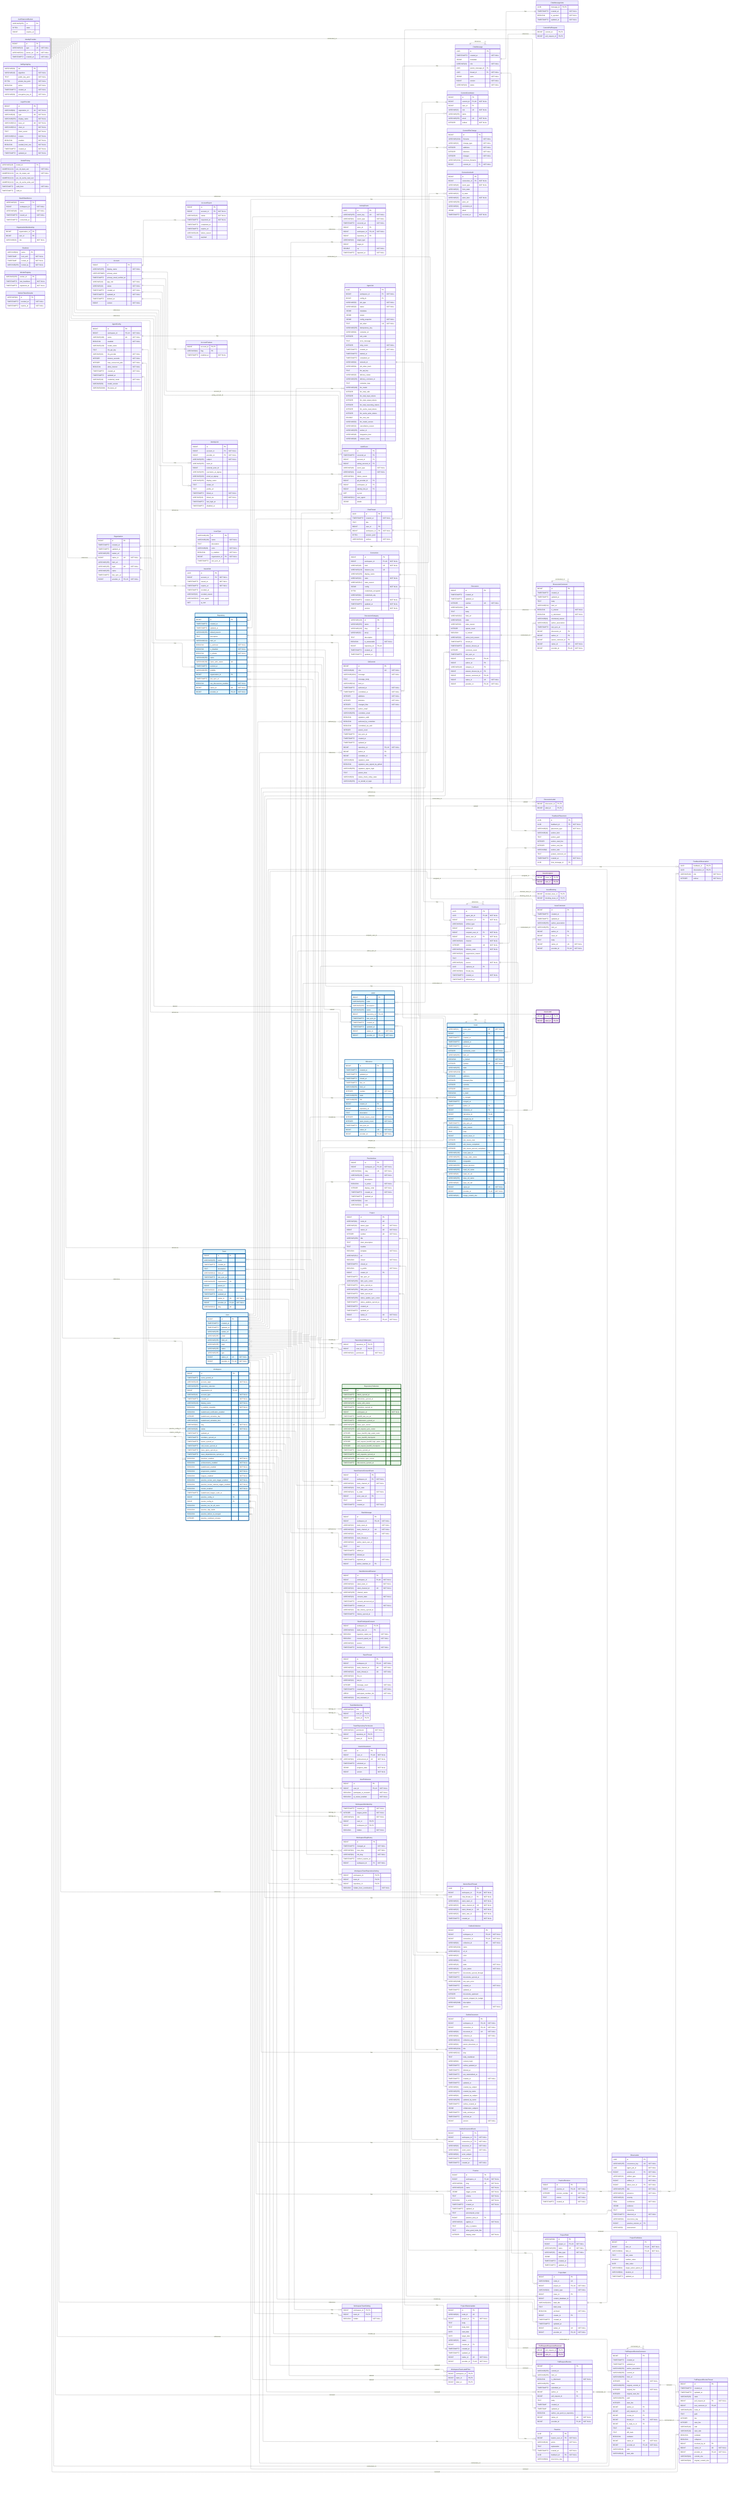
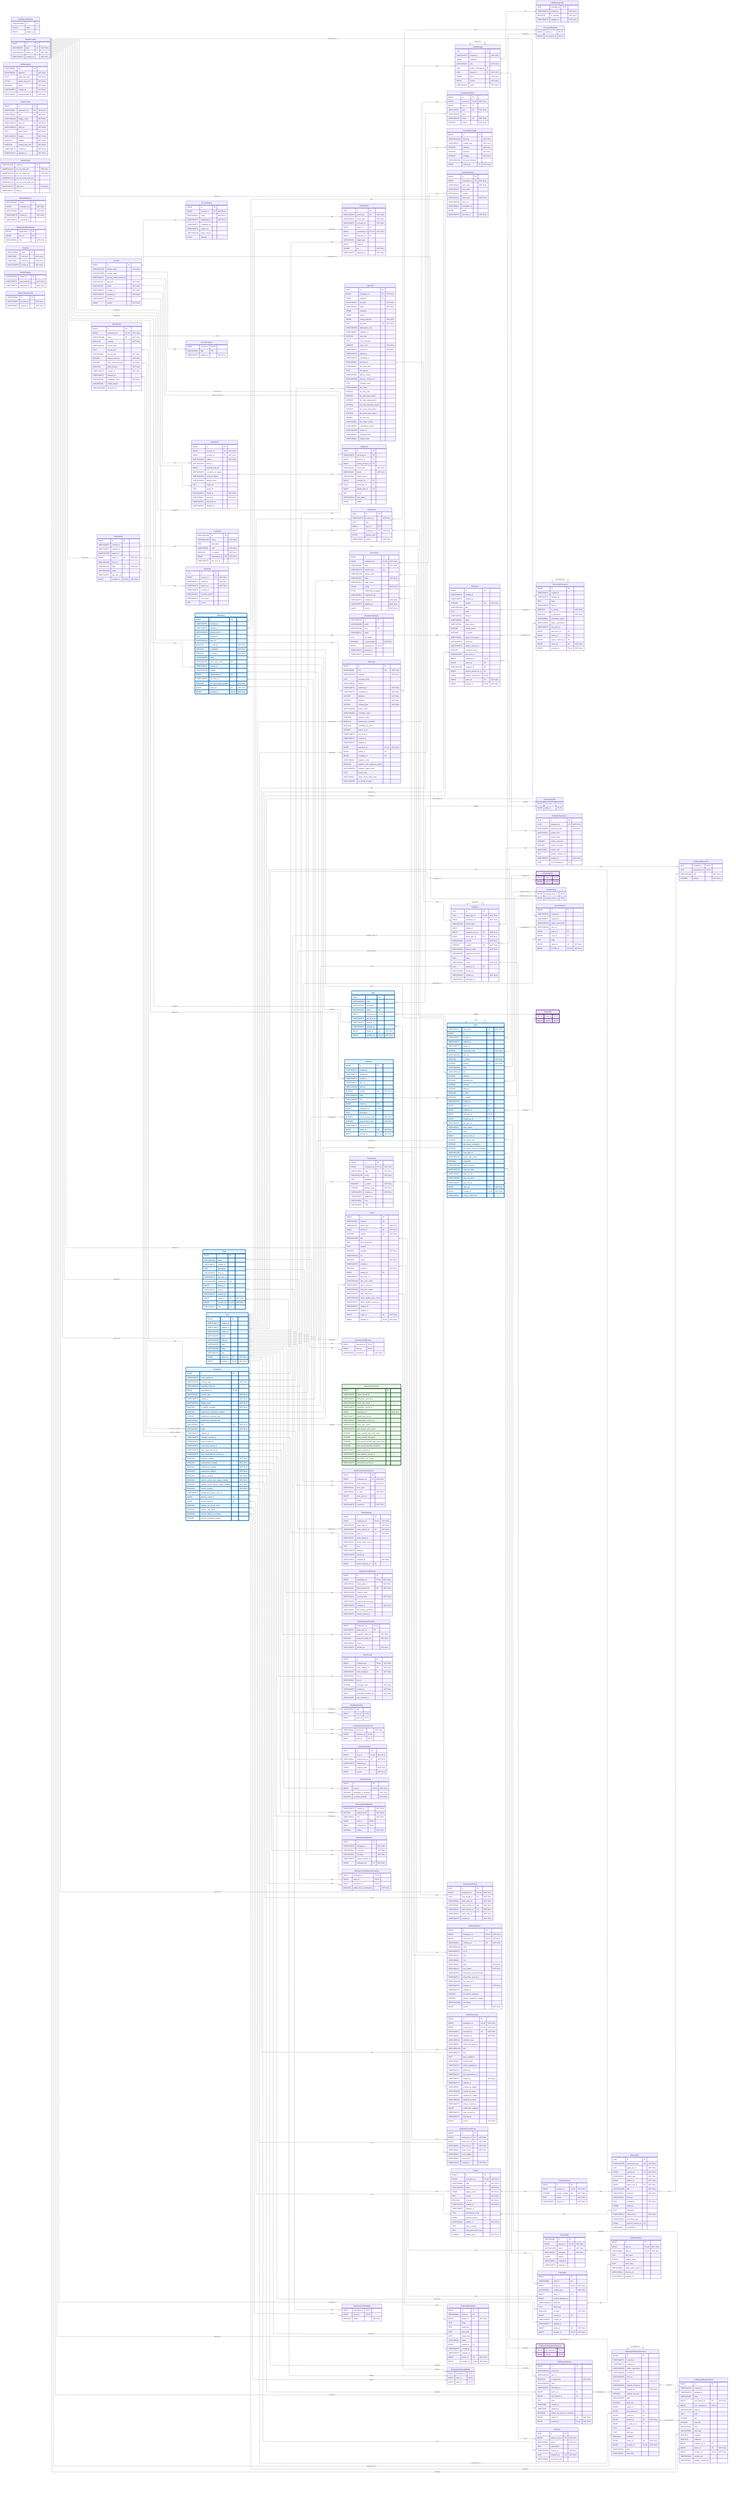
---
config:
    layout: elk
---
erDiagram
    %% Generated automatically from PostgreSQL database schema
    %% using scripts/generate-mermaid-erd.ts
    %% To regenerate: pnpm run db:generate-erd-docs

    direction LR

    Account {
        BIGINT id PK
        VARCHAR(255) display_name "NOT NULL"
        USER-DEFINED primary_email
        TIMESTAMPTZ primary_email_verified_at
        VARCHAR(16) app_role "NOT NULL"
        VARCHAR(16) status "NOT NULL"
        TIMESTAMPTZ created_at "NOT NULL"
        TIMESTAMPTZ updated_at "NOT NULL"
        TIMESTAMPTZ deleted_at
        BIGINT version "NOT NULL"
    }

    AccountExport {
        BIGINT id PK
        BIGINT account_id FK "NOT NULL"
        VARCHAR(16) status "NOT NULL"
        TIMESTAMPTZ requested_at "NOT NULL"
        TIMESTAMPTZ completed_at
        TIMESTAMPTZ expires_at
        VARCHAR(128) failure_reason
        BYTEA payload
    }

    AccountFeature {
        BIGINT account_id PK,FK
        VARCHAR(64) flag PK
        TIMESTAMPTZ enabled_at "NOT NULL"
    }

    ActivityEvent {
        UUID id PK
        VARCHAR(255) event_key UK "NOT NULL"
        VARCHAR(64) event_type "NOT NULL"
        TIMESTAMPTZ occurred_at "NOT NULL"
        BIGINT actor_id FK
        BIGINT workspace_id FK,UK "NOT NULL"
        BIGINT repository_id FK
        VARCHAR(32) target_type
        BIGINT target_id
        DOUBLE xp "NOT NULL"
        TIMESTAMPTZ ingested_at "NOT NULL"
    }

    AgentConfig {
        BIGINT id PK
        BIGINT workspace_id FK,UK "NOT NULL"
        VARCHAR(100) name UK "NOT NULL"
        BOOLEAN enabled "NOT NULL"
        VARCHAR(128) model_name
        TEXT llm_api_key
        VARCHAR(32) llm_provider "NOT NULL"
        INTEGER timeout_seconds "NOT NULL"
        INTEGER max_concurrent_jobs "NOT NULL"
        BOOLEAN allow_internet "NOT NULL"
        TIMESTAMPTZ created_at "NOT NULL"
        TIMESTAMPTZ updated_at
        VARCHAR(16) credential_mode "NOT NULL"
        VARCHAR(50) model_version
        VARCHAR(2048) llm_base_url
    }

    AgentJob {
        UUID id PK
        BIGINT workspace_id FK "NOT NULL"
        BIGINT config_id FK
        VARCHAR(50) job_type "NOT NULL"
        VARCHAR(20) status "NOT NULL"
        JSONB metadata
        JSONB output
        JSONB config_snapshot "NOT NULL"
        TEXT job_token UK "NOT NULL"
        VARCHAR(255) idempotency_key
        VARCHAR(64) container_id
        INTEGER exit_code
        TEXT error_message
        INTEGER retry_count "NOT NULL"
        TIMESTAMPTZ created_at "NOT NULL"
        TIMESTAMPTZ started_at
        TIMESTAMPTZ completed_at
        VARCHAR(64) network_id
        VARCHAR(64) job_token_hash
        TEXT llm_api_key
        VARCHAR(20) delivery_status
        VARCHAR(255) delivery_comment_id
        TEXT container_logs
        VARCHAR(100) llm_model
        INTEGER llm_total_calls
        INTEGER llm_total_input_tokens
        INTEGER llm_total_output_tokens
        INTEGER llm_total_reasoning_tokens
        INTEGER llm_cache_read_tokens
        INTEGER llm_cache_write_tokens
        DOUBLE llm_cost_usd
        VARCHAR(50) llm_model_version
        VARCHAR(32) cancellation_reason
        VARCHAR(255) worker_id
        VARCHAR(48) integration_kind
        VARCHAR(48) subject_class
    }

    AuthEvent {
        BIGINT id PK
        TIMESTAMPTZ occurred_at PK
        BIGINT account_id FK
        BIGINT acting_account_id FK
        VARCHAR(48) event_type "NOT NULL"
        VARCHAR(16) result "NOT NULL"
        VARCHAR(64) failure_reason
-         BIGINT git_provider_id FK
+         BIGINT provider_id FK
        BIGINT workspace_id FK
        BIGINT identity_link_id FK
        INET ip_inet
        VARCHAR(512) user_agent
        JSONB details
    }

    AuthRateLimitBucket {
        VARCHAR(255) id PK
        BYTEA state
        BIGINT expires_at
    }

    ChatMessage {
        UUID id PK
        TIMESTAMPTZ created_at "NOT NULL"
        JSONB metadata
        VARCHAR(16) role "NOT NULL"
        UUID parent_message_id FK
        UUID thread_id FK "NOT NULL"
        JSONB parts "NOT NULL"
        BIGINT version "NOT NULL"
        VARCHAR(16) status "NOT NULL"
    }

    ChatMessageVote {
        UUID message_id PK,FK
        TIMESTAMPTZ created_at "NOT NULL"
        BOOLEAN is_upvoted "NOT NULL"
        TIMESTAMPTZ updated_at "NOT NULL"
    }

    ChatThread {
        UUID id PK
        TIMESTAMPTZ created_at "NOT NULL"
        TEXT title
        BIGINT user_id FK
        BIGINT workspace_id FK "NOT NULL"
        BYTEA session_jsonl
        VARCHAR(16) surface "NOT NULL"
    }

    CommitContributor {
        BIGINT id PK
        BIGINT commit_id FK,UK "NOT NULL"
        BIGINT user_id FK
        VARCHAR(32) role UK "NOT NULL"
        VARCHAR(255) name
        VARCHAR(255) email UK "NOT NULL"
        INTEGER ordinal "NOT NULL"
    }

    CommitFileChange {
        BIGINT id PK
        VARCHAR(1024) filename "NOT NULL"
        VARCHAR(32) change_type "NOT NULL"
        INTEGER additions "NOT NULL"
        INTEGER deletions "NOT NULL"
        INTEGER changes "NOT NULL"
        VARCHAR(1024) previous_filename
        BIGINT commit_id FK "NOT NULL"
    }

    CommitPullRequest {
        BIGINT commit_id PK,FK
        BIGINT pull_request_id PK,FK
    }

    Connection {
        BIGINT id PK
        BIGINT workspace_id FK,UK "NOT NULL"
        VARCHAR(48) kind UK "NOT NULL"
        VARCHAR(128) instance_key UK
        VARCHAR(256) display_name
        VARCHAR(32) state "NOT NULL"
        VARCHAR(512) state_reason
        JSONB config "NOT NULL"
        BYTEA credentials_encrypted
        VARCHAR(64) credentials_alg
        TIMESTAMPTZ created_at "NOT NULL"
        TIMESTAMPTZ updated_at "NOT NULL"
        BIGINT version "NOT NULL"
    }

    ConnectionAudit {
        BIGINT id PK
        BIGINT connection_id FK "NOT NULL"
        VARCHAR(48) event_type "NOT NULL"
        VARCHAR(32) from_state
        VARCHAR(32) to_state
        VARCHAR(32) actor_kind "NOT NULL"
        VARCHAR(256) actor_ref
        VARCHAR(64) correlation_id
        JSONB detail
        TIMESTAMPTZ occurred_at "NOT NULL"
    }

    Discussion {
        BIGINT id PK
        TIMESTAMPTZ created_at
        TIMESTAMPTZ updated_at
        INTEGER number UK "NOT NULL"
        VARCHAR(1024) title
        TEXT body
        VARCHAR(512) html_url
        VARCHAR(16) state
        VARCHAR(32) state_reason
        INTEGER upvote_count
        BOOLEAN is_locked
        VARCHAR(32) active_lock_reason
        TIMESTAMPTZ closed_at
        TIMESTAMPTZ answer_chosen_at
        INTEGER comment_count
        TIMESTAMPTZ last_sync_at
        BIGINT repository_id FK,UK
        BIGINT author_id FK
        VARCHAR(128) category_id FK
        BIGINT answer_chosen_by_id FK
        BIGINT answer_comment_id FK,UK
        BIGINT native_id UK "NOT NULL"
        BIGINT provider_id FK,UK "NOT NULL"
    }

    DiscussionCategory {
        VARCHAR(128) id PK
        VARCHAR(255) name
        VARCHAR(128) slug UK
        VARCHAR(32) emoji
        TEXT description
        BOOLEAN is_answerable "NOT NULL"
        BIGINT repository_id FK,UK
        TIMESTAMPTZ created_at
        TIMESTAMPTZ updated_at
    }

    DiscussionComment {
        BIGINT id PK
        TIMESTAMPTZ created_at
        TIMESTAMPTZ updated_at
        TEXT body
        VARCHAR(512) html_url
        BOOLEAN is_answer "NOT NULL"
        BOOLEAN is_minimized "NOT NULL"
        VARCHAR(64) minimized_reason
        VARCHAR(32) author_association
        TIMESTAMPTZ last_sync_at
        BIGINT discussion_id FK
        BIGINT author_id FK
        BIGINT parent_comment_id FK
        BIGINT native_id UK "NOT NULL"
        BIGINT provider_id FK,UK "NOT NULL"
    }

    DiscussionLabel {
        BIGINT discussion_id PK,FK
        BIGINT label_id PK,FK
    }

    Feedback {
        UUID id PK
        UUID agent_job_id FK,UK "NOT NULL"
        BIGINT workspace_id FK "NOT NULL"
        VARCHAR(32) artifact_type
        BIGINT artifact_id
        BIGINT recipient_user_id FK "NOT NULL"
        BIGINT about_user_id FK "NOT NULL"
        VARCHAR(32) channel "NOT NULL"
        INTEGER position UK "NOT NULL"
        VARCHAR(16) delivery_state "NOT NULL"
        VARCHAR(32) suppression_reason
        TEXT body
        VARCHAR(16) source "NOT NULL"
        UUID replaces_id FK
        VARCHAR(64) thread_key
        TIMESTAMPTZ created_at "NOT NULL"
        TIMESTAMPTZ delivered_at
    }

    FeedbackObservation {
        UUID feedback_id PK,FK
        UUID observation_id PK,FK
        VARCHAR(16) role "NOT NULL"
        INTEGER ordinal "NOT NULL"
    }

    FeedbackPlacement {
        UUID id PK
        UUID feedback_id FK "NOT NULL"
        VARCHAR(32) placement_type "NOT NULL"
        VARCHAR(16) anchor_kind
        TEXT anchor_path
        INTEGER anchor_start_line
        INTEGER anchor_end_line
        VARCHAR(8) anchor_side
        TEXT posted_comment_ref
        TIMESTAMPTZ created_at "NOT NULL"
        UUID chat_message_id FK
    }

    GitCommit {
        BIGINT id PK
        VARCHAR(40) sha UK "NOT NULL"
        VARCHAR(1024) message "NOT NULL"
        TEXT message_body
        VARCHAR(512) html_url
        TIMESTAMPTZ authored_at "NOT NULL"
        TIMESTAMPTZ committed_at "NOT NULL"
        INTEGER additions "NOT NULL"
        INTEGER deletions "NOT NULL"
        INTEGER changed_files "NOT NULL"
        VARCHAR(255) author_email
        VARCHAR(255) committer_email
        BOOLEAN signature_valid
        BOOLEAN authored_by_committer
        BOOLEAN committed_via_web
        INTEGER parent_count
        TIMESTAMPTZ last_sync_at
        TIMESTAMPTZ created_at
        TIMESTAMPTZ updated_at
        BIGINT repository_id FK,UK "NOT NULL"
        BIGINT author_id FK
        BIGINT committer_id FK
        VARCHAR(32) signature_state
        BOOLEAN signature_was_signed_by_github
        VARCHAR(255) signature_signer_login
        TEXT parent_shas
        VARCHAR(32) status_check_rollup_state
        VARCHAR(255) on_behalf_of_login
    }

    IdentityLink {
        BIGINT id PK
        BIGINT account_id FK "NOT NULL"
        BIGINT provider_id FK "NOT NULL"
        VARCHAR(255) subject "NOT NULL"
        VARCHAR(255) team_id
        BIGINT external_actor_id
        VARCHAR(255) username_at_signup
        VARCHAR(320) email_at_signup
        VARCHAR(255) display_name
        TEXT avatar_url
        TEXT profile_url
        TIMESTAMPTZ linked_at "NOT NULL"
        VARCHAR(16) linked_via "NOT NULL"
        TIMESTAMPTZ last_login_at
        TIMESTAMPTZ disabled_at
    }

    IdentityProvider {
        BIGINT id PK
        VARCHAR(10) type UK "NOT NULL"
        VARCHAR(512) server_url UK "NOT NULL"
        TIMESTAMPTZ created_at "NOT NULL"
    }

    Issue {
        VARCHAR(31) issue_type UK "NOT NULL"
        BIGINT id PK
        TIMESTAMPTZ created_at
        TIMESTAMPTZ updated_at
        TIMESTAMPTZ closed_at
        INTEGER comments_count "NOT NULL"
        VARCHAR(255) html_url
        BOOLEAN is_locked "NOT NULL"
        INTEGER number UK "NOT NULL"
        VARCHAR(255) state
        VARCHAR(1024) title
        INTEGER additions
        INTEGER changed_files
        INTEGER commits
        INTEGER deletions
        BOOLEAN is_draft
        BOOLEAN is_merged
        TIMESTAMPTZ merged_at
        BIGINT author_id FK
        BIGINT milestone_id FK
        BIGINT repository_id FK,UK
        BIGINT merged_by_id FK
        TIMESTAMPTZ last_sync_at
        VARCHAR(32) state_reason
        TEXT body
        BIGINT parent_issue_id FK
        INTEGER sub_issues_total
        INTEGER sub_issues_completed
        INTEGER sub_issues_percent_completed
        VARCHAR(128) issue_type_id FK
        VARCHAR(255) merge_state_status
        BOOLEAN mergeable
        VARCHAR(255) review_decision
        VARCHAR(255) head_ref_name
        VARCHAR(40) head_ref_oid
        VARCHAR(255) base_ref_name
        VARCHAR(40) base_ref_oid
        BIGINT native_id UK "NOT NULL"
        BIGINT provider_id FK,UK "NOT NULL"
        VARCHAR(40) merge_commit_sha
    }

    IssueAssignee {
        BIGINT issue_id PK,FK
        BIGINT user_id PK,FK
    }

    IssueBlocking {
        BIGINT blocked_issue_id PK,FK
        BIGINT blocking_issue_id PK,FK
    }

    IssueComment {
        BIGINT id PK
        TIMESTAMPTZ created_at
        TIMESTAMPTZ updated_at
        VARCHAR(255) author_association
        VARCHAR(255) html_url
        BIGINT author_id FK
        BIGINT issue_id FK
        TEXT body
        BIGINT native_id UK "NOT NULL"
        BIGINT provider_id FK,UK "NOT NULL"
    }

    IssueLabel {
        BIGINT issue_id PK,FK
        BIGINT label_id PK,FK
    }

    IssueType {
        VARCHAR(128) id PK
        VARCHAR(128) name "NOT NULL"
        TEXT description
        VARCHAR(20) color "NOT NULL"
        BOOLEAN is_enabled "NOT NULL"
        BIGINT organization_id FK "NOT NULL"
        TIMESTAMPTZ last_sync_at
    }

    IssuedJwt {
        UUID jti PK
        BIGINT account_id FK "NOT NULL"
        TIMESTAMPTZ issued_at "NOT NULL"
        TIMESTAMPTZ expires_at "NOT NULL"
        TIMESTAMPTZ revoked_at
        VARCHAR(32) revoked_reason
        VARCHAR(512) user_agent
        INET ip_inet
    }

    JwtSigningKey {
        VARCHAR(64) kid PK
        VARCHAR(16) algorithm "NOT NULL"
        TEXT public_key_pem "NOT NULL"
        BYTEA private_key_pem "NOT NULL"
        BOOLEAN active "NOT NULL"
        TIMESTAMPTZ created_at "NOT NULL"
        VARCHAR(64) encryption_key_id "NOT NULL"
    }

    Label {
        BIGINT id PK
        VARCHAR(255) color
        VARCHAR(255) description
        VARCHAR(255) name UK
        BIGINT repository_id FK,UK
        TIMESTAMPTZ last_sync_at
        TIMESTAMPTZ created_at
        TIMESTAMPTZ updated_at
        BIGINT native_id UK "NOT NULL"
        BIGINT provider_id FK,UK "NOT NULL"
    }

    LoginProvider {
        BIGINT id PK
        VARCHAR(64) registration_id UK "NOT NULL"
        VARCHAR(10) type UK "NOT NULL"
        VARCHAR(255) display_name "NOT NULL"
        VARCHAR(512) base_url UK "NOT NULL"
        VARCHAR(512) client_id "NOT NULL"
        TEXT client_secret "NOT NULL"
        VARCHAR(512) scopes "NOT NULL"
        BOOLEAN enabled "NOT NULL"
        BOOLEAN seeded_from_env "NOT NULL"
        TIMESTAMPTZ created_at "NOT NULL"
        TIMESTAMPTZ updated_at "NOT NULL"
    }

    MentorSlackThread {
        UUID id PK
        BIGINT workspace_id FK,UK "NOT NULL"
        UUID chat_thread_id FK "NOT NULL"
        VARCHAR(32) slack_team_id "NOT NULL"
        VARCHAR(32) slack_channel_id UK "NOT NULL"
        VARCHAR(32) slack_thread_ts UK "NOT NULL"
        VARCHAR(32) slack_user_id "NOT NULL"
        TIMESTAMPTZ created_at "NOT NULL"
    }

    Milestone {
        BIGINT id PK
        TIMESTAMPTZ created_at
        TIMESTAMPTZ updated_at
        TIMESTAMPTZ closed_at
        TIMESTAMPTZ due_on
        VARCHAR(255) html_url
        INTEGER number UK "NOT NULL"
        VARCHAR(255) state
        VARCHAR(255) title
        BIGINT creator_id FK
        BIGINT repository_id FK,UK
        TEXT description
        INTEGER closed_issues_count "NOT NULL"
        INTEGER open_issues_count "NOT NULL"
        TIMESTAMPTZ last_sync_at
        BIGINT native_id UK "NOT NULL"
        BIGINT provider_id FK,UK "NOT NULL"
    }

    ModelPricing {
        VARCHAR(128) model_id PK
        NUMERIC(12,6) per_1k_input_usd "NOT NULL"
        NUMERIC(12,6) per_1k_output_usd "NOT NULL"
        NUMERIC(12,6) per_1k_cache_read_usd
        NUMERIC(12,6) per_1k_cache_write_usd
        TIMESTAMPTZ valid_from "NOT NULL"
        TIMESTAMPTZ valid_to
    }

    OauthStateNonce {
        VARCHAR(32) nonce PK
        BIGINT workspace_id "NOT NULL"
        VARCHAR(48) kind "NOT NULL"
        TIMESTAMPTZ issued_at "NOT NULL"
        TIMESTAMPTZ consumed_at
    }

    Observation {
        UUID id PK
        VARCHAR(255) occurrence_key UK "NOT NULL"
        UUID agent_job_id "NOT NULL"
        BIGINT practice_id FK "NOT NULL"
        VARCHAR(32) artifact_type "NOT NULL"
        BIGINT artifact_id "NOT NULL"
        BIGINT about_user_id FK "NOT NULL"
        VARCHAR(255) title "NOT NULL"
        VARCHAR(16) presence "NOT NULL"
        VARCHAR(16) severity
        REAL confidence "NOT NULL"
        JSONB evidence
        TEXT reasoning
        TIMESTAMPTZ observed_at "NOT NULL"
        VARCHAR(64) recurrence_key
        BIGINT practice_revision_id FK
        VARCHAR(8) assessment
    }

    Organization {
        BIGINT id PK
        TIMESTAMPTZ created_at
        TIMESTAMPTZ updated_at
        VARCHAR(255) avatar_url
        BIGINT native_id UK "NOT NULL"
        VARCHAR(255) html_url
        VARCHAR(255) login UK "NOT NULL"
        VARCHAR(255) name
        TIMESTAMPTZ last_sync_at
        BIGINT provider_id FK,UK "NOT NULL"
    }

    OrganizationMembership {
        BIGINT organization_id PK
        BIGINT user_id PK
        VARCHAR(32) role "NOT NULL"
    }

    OutlineCollection {
        BIGINT id PK
        BIGINT workspace_id FK,UK "NOT NULL"
        BIGINT connection_id FK,UK "NOT NULL"
        VARCHAR(64) collection_id UK "NOT NULL"
        VARCHAR(1024) name
        VARCHAR(512) url_id
        VARCHAR(32) color
        VARCHAR(64) icon
        VARCHAR(16) state "NOT NULL"
        VARCHAR(16) sync_status "NOT NULL"
        TIMESTAMPTZ documents_synced_through
        TIMESTAMPTZ documents_synced_at
        VARCHAR(2048) last_sync_error
        TIMESTAMPTZ created_at "NOT NULL"
        TIMESTAMPTZ updated_at
        INTEGER documents_upstream
        INTEGER exports_skipped_for_budget
        VARCHAR(2048) description
        BIGINT version "NOT NULL"
    }

    OutlineDocument {
        BIGINT id PK
        BIGINT workspace_id FK,UK "NOT NULL"
        BIGINT connection_id FK,UK "NOT NULL"
        VARCHAR(64) document_id UK "NOT NULL"
        VARCHAR(64) collection_id "NOT NULL"
        VARCHAR(512) collection_slug
        VARCHAR(64) parent_document_id
        VARCHAR(1024) title
        VARCHAR(512) slug
        TEXT body_markdown
        VARCHAR(64) content_hash
        TIMESTAMPTZ outline_updated_at
        TIMESTAMPTZ deleted_at
        TIMESTAMPTZ last_materialized_at
        TIMESTAMPTZ created_at "NOT NULL"
        TIMESTAMPTZ updated_at
        VARCHAR(64) created_by_subject
        VARCHAR(255) created_by_name
        VARCHAR(64) updated_by_subject
        VARCHAR(255) updated_by_name
        TIMESTAMPTZ outline_created_at
        JSONB collaborator_subjects
        TIMESTAMPTZ body_evicted_at
        TIMESTAMPTZ archived_at
        BIGINT version "NOT NULL"
    }

    OutlineDocumentEvent {
        BIGINT id PK
        BIGINT workspace_id FK "NOT NULL"
        BIGINT connection_id FK "NOT NULL"
        VARCHAR(64) document_id "NOT NULL"
        VARCHAR(64) event_name "NOT NULL"
        VARCHAR(64) actor_subject
        TIMESTAMPTZ occurred_at
        TIMESTAMPTZ created_at "NOT NULL"
    }

    Practice {
        BIGINT id PK
        BIGINT workspace_id FK,UK "NOT NULL"
        VARCHAR(64) slug UK "NOT NULL"
        VARCHAR(128) name "NOT NULL"
        JSONB trigger_events "NOT NULL"
        TEXT criteria "NOT NULL"
        BOOLEAN is_active "NOT NULL"
        TIMESTAMPTZ created_at "NOT NULL"
        TIMESTAMPTZ updated_at
        TEXT precompute_script
        BIGINT practice_area_id FK
        VARCHAR(32) applies_to "NOT NULL"
        TEXT why_it_matters
        TEXT what_good_looks_like
        INTEGER display_order "NOT NULL"
    }

    PracticeArea {
        BIGINT id PK
        BIGINT workspace_id FK,UK "NOT NULL"
        VARCHAR(64) slug UK "NOT NULL"
        VARCHAR(128) name "NOT NULL"
        TEXT description
        BOOLEAN is_active "NOT NULL"
        INTEGER display_order "NOT NULL"
        TIMESTAMPTZ created_at "NOT NULL"
        TIMESTAMPTZ updated_at
        VARCHAR(64) icon
        VARCHAR(32) color
    }

    PracticeRevision {
        BIGINT id PK
        BIGINT practice_id FK,UK "NOT NULL"
        INTEGER revision_number UK "NOT NULL"
        TEXT criteria "NOT NULL"
        TIMESTAMPTZ created_at "NOT NULL"
    }

    Project {
        BIGINT id PK
        VARCHAR(64) node_id UK
        VARCHAR(32) owner_type UK "NOT NULL"
        BIGINT owner_id UK "NOT NULL"
        INTEGER number UK "NOT NULL"
        VARCHAR(256) title
        TEXT short_description
        TEXT readme
        BOOLEAN template "NOT NULL"
        VARCHAR(512) url
        BOOLEAN closed "NOT NULL"
        TIMESTAMPTZ closed_at
        BOOLEAN is_public "NOT NULL"
        BIGINT creator_id FK
        TIMESTAMPTZ last_sync_at
        VARCHAR(256) item_sync_cursor
        TIMESTAMPTZ items_synced_at
        VARCHAR(256) field_sync_cursor
        TIMESTAMPTZ fields_synced_at
        VARCHAR(256) status_update_sync_cursor
        TIMESTAMPTZ status_updates_synced_at
        TIMESTAMPTZ created_at
        TIMESTAMPTZ updated_at
        BIGINT native_id UK "NOT NULL"
        BIGINT provider_id FK,UK "NOT NULL"
    }

    ProjectField {
        VARCHAR(64) id PK
        BIGINT project_id FK,UK "NOT NULL"
        VARCHAR(256) name UK "NOT NULL"
        VARCHAR(32) data_type "NOT NULL"
        JSONB options
        TIMESTAMPTZ created_at
        TIMESTAMPTZ updated_at
    }

    ProjectFieldValue {
        BIGINT id PK
        BIGINT item_id FK,UK "NOT NULL"
        VARCHAR(64) field_id FK,UK "NOT NULL"
        TEXT text_value
        DOUBLE number_value
        DATE date_value
        VARCHAR(64) single_select_option_id
        VARCHAR(64) iteration_id
        TIMESTAMPTZ updated_at
    }

    ProjectItem {
        BIGINT id PK
        VARCHAR(64) node_id UK
        BIGINT project_id FK,UK "NOT NULL"
        VARCHAR(32) content_type "NOT NULL"
        BIGINT issue_id FK
        BIGINT content_database_id
        VARCHAR(1024) draft_title
        TEXT draft_body
        BOOLEAN archived "NOT NULL"
        BIGINT creator_id FK
        TIMESTAMPTZ created_at
        TIMESTAMPTZ updated_at
        BIGINT native_id UK "NOT NULL"
        BIGINT provider_id FK,UK "NOT NULL"
    }

    ProjectStatusUpdate {
        BIGINT id PK
        VARCHAR(64) node_id UK
        BIGINT project_id FK "NOT NULL"
        TEXT body
        TEXT body_html
        DATE start_date
        DATE target_date
        VARCHAR(32) status
        BIGINT creator_id FK
        TIMESTAMPTZ created_at
        TIMESTAMPTZ updated_at
        BIGINT native_id UK "NOT NULL"
        BIGINT provider_id FK,UK "NOT NULL"
    }

    PullRequestRequestedReviewer {
        BIGINT pull_request_id PK,FK
        BIGINT user_id PK,FK
    }

    PullRequestReview {
        BIGINT id PK
        VARCHAR(255) commit_id
        VARCHAR(255) html_url
        BOOLEAN is_dismissed "NOT NULL"
        VARCHAR(255) state
        TIMESTAMPTZ submitted_at
        BIGINT author_id FK
        BIGINT pull_request_id FK
        TEXT body
        TIMESTAMP created_at
        TIMESTAMP updated_at
        BOOLEAN author_can_push_to_repository
        BIGINT native_id UK "NOT NULL"
        BIGINT provider_id FK,UK "NOT NULL"
    }

    PullRequestReviewComment {
        BIGINT id PK
        TIMESTAMPTZ created_at
        TIMESTAMPTZ updated_at
        VARCHAR(255) author_association
        VARCHAR(255) commit_id
        VARCHAR(255) html_url
        INTEGER line "NOT NULL"
        VARCHAR(255) original_commit_id
        INTEGER original_line "NOT NULL"
        INTEGER original_start_line
        VARCHAR(255) path
        INTEGER start_line
        BIGINT author_id FK
        BIGINT pull_request_id FK
        BIGINT review_id FK
        BIGINT thread_id FK "NOT NULL"
        BIGINT in_reply_to_id FK
        TEXT body
        TEXT diff_hunk
        BOOLEAN outdated
        BIGINT native_id UK "NOT NULL"
        BIGINT provider_id FK,UK "NOT NULL"
        VARCHAR(16) side
        VARCHAR(16) start_side
    }

    PullRequestReviewThread {
        BIGINT id PK
        TIMESTAMPTZ created_at
        TIMESTAMPTZ updated_at
        VARCHAR(20) state
        BIGINT pull_request_id FK "NOT NULL"
        BIGINT root_comment_id FK,UK
        VARCHAR(128) node_id
        TEXT path
        INTEGER line
        INTEGER start_line
        VARCHAR(16) side
        VARCHAR(16) start_side
        BOOLEAN outdated
        BOOLEAN collapsed
        BIGINT resolved_by_id FK
        BIGINT native_id UK "NOT NULL"
        BIGINT provider_id FK,UK "NOT NULL"
        VARCHAR(64) commit_sha
        VARCHAR(64) original_commit_sha
    }

    Reaction {
        UUID id PK
        BIGINT reactor_user_id FK "NOT NULL"
        VARCHAR(16) action "NOT NULL"
        TEXT explanation
        TIMESTAMPTZ created_at "NOT NULL"
        UUID feedback_id FK "NOT NULL"
        VARCHAR(64) recurrence_key
    }

    Repository {
        BIGINT id PK
        TIMESTAMPTZ created_at
        TIMESTAMPTZ updated_at
        VARCHAR(255) default_branch
        TEXT description
        VARCHAR(512) html_url
        BOOLEAN is_archived "NOT NULL"
        BOOLEAN is_disabled "NOT NULL"
        BOOLEAN is_private "NOT NULL"
        VARCHAR(255) name
        VARCHAR(150) name_with_owner UK
        TIMESTAMPTZ pushed_at
        VARCHAR(255) visibility
        BIGINT organization_id FK
        TIMESTAMPTZ last_sync_at
        BOOLEAN has_discussions_enabled "NOT NULL"
        BIGINT native_id UK "NOT NULL"
        BIGINT provider_id FK,UK "NOT NULL"
    }

    RepositoryCollaborator {
        BIGINT repository_id PK,FK
        BIGINT user_id PK,FK
        VARCHAR(32) permission "NOT NULL"
    }

    RepositoryToMonitor {
        BIGINT id PK
        TIMESTAMPTZ labels_synced_at
        TIMESTAMPTZ milestones_synced_at
        VARCHAR(255) name_with_owner
        TIMESTAMPTZ repository_synced_at
        BIGINT workspace_id FK "NOT NULL"
        TIMESTAMPTZ backfill_last_run_at
        TIMESTAMPTZ collaborators_synced_at
        VARCHAR(255) issue_sync_cursor
        VARCHAR(255) pull_request_sync_cursor
        INTEGER issue_backfill_high_water_mark
        INTEGER issue_backfill_checkpoint
        INTEGER pull_request_backfill_high_water_mark
        INTEGER pull_request_backfill_checkpoint
        TIMESTAMPTZ issues_synced_at
        TIMESTAMPTZ pull_requests_synced_at
        VARCHAR(255) discussion_sync_cursor
        TIMESTAMPTZ discussions_synced_at
    }

    Shedlock {
        VARCHAR(64) name PK
        TIMESTAMP lock_until "NOT NULL"
        TIMESTAMP locked_at "NOT NULL"
        VARCHAR(255) locked_by "NOT NULL"
    }

    SlackChannelConsentEvent {
        BIGINT id PK
        BIGINT workspace_id FK "NOT NULL"
        VARCHAR(32) slack_channel_id "NOT NULL"
        VARCHAR(16) from_state
        VARCHAR(16) to_state "NOT NULL"
        BIGINT actor_user_id FK
        TEXT reason
        TIMESTAMPTZ created_at "NOT NULL"
    }

    SlackMessage {
        BIGINT id PK
        BIGINT workspace_id FK,UK "NOT NULL"
        VARCHAR(32) slack_team_id "NOT NULL"
        VARCHAR(32) slack_channel_id UK "NOT NULL"
        VARCHAR(32) slack_ts UK "NOT NULL"
        VARCHAR(32) slack_thread_ts
        VARCHAR(32) author_slack_user_id
        TEXT text
        TIMESTAMPTZ edited_at
        TIMESTAMPTZ deleted_at
        TIMESTAMPTZ ingested_at "NOT NULL"
        BIGINT author_member_id FK
    }

    SlackMonitoredChannel {
        BIGINT id PK
        BIGINT workspace_id FK,UK "NOT NULL"
        VARCHAR(32) slack_team_id "NOT NULL"
        VARCHAR(32) slack_channel_id UK "NOT NULL"
        VARCHAR(256) channel_name
        VARCHAR(16) consent_state "NOT NULL"
        TIMESTAMPTZ consent_announced_at
        TIMESTAMPTZ created_at "NOT NULL"
        VARCHAR(32) last_history_synced_ts
        TIMESTAMPTZ history_synced_at
    }

    SlackParticipantConsent {
        BIGINT workspace_id PK,FK
        VARCHAR(32) slack_user_id PK
        BOOLEAN ingestion_opted_out "NOT NULL"
        BOOLEAN research_opted_out "NOT NULL"
        VARCHAR(32) source
        TIMESTAMPTZ decided_at "NOT NULL"
    }

    SlackThread {
        BIGINT id PK
        BIGINT workspace_id FK,UK "NOT NULL"
        VARCHAR(32) slack_channel_id UK "NOT NULL"
        VARCHAR(32) slack_thread_ts UK "NOT NULL"
        VARCHAR(32) first_ts
        VARCHAR(32) last_ts
        INTEGER message_count "NOT NULL"
        TIMESTAMPTZ created_at "NOT NULL"
        ARRAY participant_member_ids "NOT NULL"
        VARCHAR(32) last_reviewed_ts
    }

    Team {
        BIGINT id PK
        VARCHAR(255) name
        TIMESTAMPTZ created_at
        TEXT description
        VARCHAR(512) html_url
        TIMESTAMPTZ last_sync_at
        VARCHAR(255) organization UK
        BIGINT parent_id
        VARCHAR(32) privacy
        TIMESTAMPTZ updated_at
        BIGINT native_id UK "NOT NULL"
        BIGINT provider_id FK,UK "NOT NULL"
        VARCHAR(512) slug UK
    }

    TeamMembership {
        VARCHAR(32) role
        BIGINT user_id PK,FK
        BIGINT team_id PK,FK
    }

    TeamRepositoryPermission {
        VARCHAR(32) permission "NOT NULL"
        BIGINT repository_id PK,FK
        BIGINT team_id PK,FK
    }

    User {
        BIGINT id PK
        TIMESTAMPTZ created_at
        TIMESTAMPTZ updated_at
        VARCHAR(255) avatar_url
        VARCHAR(255) email
        VARCHAR(255) html_url
        VARCHAR(255) login
        VARCHAR(255) name
        VARCHAR(255) type
        BIGINT native_id UK "NOT NULL"
        BIGINT provider_id FK,UK "NOT NULL"
    }

    UserAchievement {
        UUID id PK
        BIGINT user_id FK,UK "NOT NULL"
        VARCHAR(64) achievement_id UK "NOT NULL"
        TIMESTAMPTZ unlocked_at
        JSONB progress_data "NOT NULL"
        BIGINT version "NOT NULL"
    }

    UserPreference {
        BIGINT id PK
        BIGINT user_id FK,UK "NOT NULL"
        BOOLEAN participate_in_research "NOT NULL"
        BOOLEAN ai_review_enabled "NOT NULL"
    }

    WorkerRegistry {
        VARCHAR(255) worker_id PK
        TIMESTAMPTZ last_heartbeat "NOT NULL"
        TIMESTAMPTZ registered_at "NOT NULL"
    }

    WorkerTokenDenylist {
        VARCHAR(64) jti PK
        TIMESTAMPTZ revoked_at "NOT NULL"
        TIMESTAMPTZ expires_at "NOT NULL"
    }

    Workspace {
        BIGINT id PK
        TIMESTAMPTZ users_synced_at
        VARCHAR(120) account_login "NOT NULL"
        VARCHAR(255) repository_selection
        BIGINT organization_id FK,UK
        VARCHAR(10) account_type "NOT NULL"
        TIMESTAMPTZ created_at "NOT NULL"
        VARCHAR(120) display_name "NOT NULL"
        BOOLEAN is_publicly_viewable "NOT NULL"
        BOOLEAN leaderboard_notification_enabled
        INTEGER leaderboard_schedule_day
        VARCHAR(10) leaderboard_schedule_time
        VARCHAR(64) slug UK "NOT NULL"
        VARCHAR(20) status "NOT NULL"
        TIMESTAMPTZ updated_at
        TIMESTAMPTZ members_synced_at
        TIMESTAMPTZ teams_synced_at
        TIMESTAMPTZ sub_issues_synced_at
        TIMESTAMPTZ issue_types_synced_at
        TIMESTAMPTZ issue_dependencies_synced_at
        BOOLEAN practices_enabled "NOT NULL"
        BOOLEAN achievements_enabled "NOT NULL"
        BOOLEAN leaderboard_enabled "NOT NULL"
        BOOLEAN progression_enabled "NOT NULL"
        BOOLEAN leagues_enabled "NOT NULL"
        BOOLEAN practice_review_auto_trigger_enabled "NOT NULL"
        BOOLEAN practice_review_manual_trigger_enabled "NOT NULL"
        BOOLEAN mentor_enabled "NOT NULL"
        TIMESTAMPTZ leaderboard_league_cycle_at
        BIGINT practice_config_id FK
        BIGINT mentor_config_id FK
        BOOLEAN practice_run_for_all_users
        BOOLEAN practice_skip_drafts
        BOOLEAN practice_deliver_to_merged
        INTEGER practice_cooldown_minutes
    }

    WorkspaceMembership {
        TIMESTAMPTZ created_at "NOT NULL"
        INTEGER league_points "NOT NULL"
        VARCHAR(16) role "NOT NULL"
        BIGINT user_id PK,FK
        BIGINT workspace_id PK,FK
        BOOLEAN hidden "NOT NULL"
    }

    WorkspaceSlugHistory {
        BIGINT id PK
        TIMESTAMPTZ changed_at "NOT NULL"
        VARCHAR(64) new_slug "NOT NULL"
        VARCHAR(64) old_slug "NOT NULL"
        TIMESTAMPTZ redirect_expires_at
        BIGINT workspace_id FK "NOT NULL"
    }

    WorkspaceTeamLabelFilter {
        BIGINT workspace_id PK,FK
        BIGINT team_id PK,FK
        BIGINT label_id PK,FK
    }

    WorkspaceTeamRepositorySetting {
        BIGINT workspace_id PK,FK
        BIGINT team_id PK,FK
        BIGINT repository_id PK,FK
        BOOLEAN hidden_from_contributions "NOT NULL"
    }

    WorkspaceTeamSetting {
        BIGINT workspace_id PK,FK
        BIGINT team_id PK,FK
        BOOLEAN hidden "NOT NULL"
    }

    %% Relationships
    %% One-to-One relationships
    Account ||--|| AccountFeature : has
    Workspace ||--|| ActivityEvent : has
    Workspace ||--|| AgentConfig : has
    ChatMessage ||--|| ChatMessageVote : has
    GitCommit ||--|| CommitContributor : has
    Workspace ||--|| Connection : has
    Repository ||--|| Discussion : has
    DiscussionComment ||--|| Discussion : references
    IdentityProvider ||--|| Discussion : references
    Repository ||--|| DiscussionCategory : has
    IdentityProvider ||--|| DiscussionComment : commented_on
    AgentJob ||--|| Feedback : has
    Repository ||--|| GitCommit : has
    Repository ||--|| Issue : has
    IdentityProvider ||--|| Issue : references
    IdentityProvider ||--|| IssueComment : commented_on
    Repository ||--|| Label : labeled
    IdentityProvider ||--|| Label : labeled
    Workspace ||--|| MentorSlackThread : has
    Repository ||--|| Milestone : has
    IdentityProvider ||--|| Milestone : references
    IdentityProvider ||--|| Organization : references
    Workspace ||--|| OutlineCollection : has
    Connection ||--|| OutlineCollection : has
    Workspace ||--|| OutlineDocument : has
    Connection ||--|| OutlineDocument : has
    Workspace ||--|| Practice : has
    Workspace ||--|| PracticeArea : has
    Practice ||--|| PracticeRevision : has
    IdentityProvider ||--|| Project : references
    Project ||--|| ProjectField : has
    ProjectItem ||--|| ProjectFieldValue : has
    ProjectField ||--|| ProjectFieldValue : has
    Project ||--|| ProjectItem : has
    IdentityProvider ||--|| ProjectItem : references
    IdentityProvider ||--|| ProjectStatusUpdate : references
    IdentityProvider ||--|| PullRequestReview : reviewed
    IdentityProvider ||--|| PullRequestReviewComment : commented_on
    PullRequestReviewComment ||--|| PullRequestReviewThread : reviewed
    IdentityProvider ||--|| PullRequestReviewThread : reviewed
    IdentityProvider ||--|| Repository : references
    Workspace ||--|| SlackMessage : has
    Workspace ||--|| SlackMonitoredChannel : has
    Workspace ||--|| SlackParticipantConsent : has
    Workspace ||--|| SlackThread : has
    IdentityProvider ||--|| Team : references
    IdentityProvider ||--|| User : references
    User ||--|| UserAchievement : has
    User ||--|| UserPreference : has
    Organization ||--|| Workspace : has
    User ||--|| WorkspaceMembership : belongs_to
    Workspace ||--|| WorkspaceMembership : belongs_to

    %% One-to-Many relationships
    Account ||--o{ AccountExport : has
    User ||--o{ ActivityEvent : references
    Repository ||--o{ ActivityEvent : has
    Workspace ||--o{ AgentJob : has
    AgentConfig ||--o{ AgentJob : has
    Account ||--o{ AuthEvent : account_id
    Account ||--o{ AuthEvent : acting_account_id
    IdentityProvider ||--o{ AuthEvent : references
    Workspace ||--o{ AuthEvent : has
    IdentityLink ||--o{ AuthEvent : has
    ChatMessage ||--o{ ChatMessage : references
    ChatThread ||--o{ ChatMessage : has
    User ||--o{ ChatThread : has
    Workspace ||--o{ ChatThread : has
    User ||--o{ CommitContributor : has
    GitCommit ||--o{ CommitFileChange : has
    Connection ||--o{ ConnectionAudit : has
    User ||--o{ Discussion : authored_by
    DiscussionCategory ||--o{ Discussion : has
    User ||--o{ Discussion : references
    Discussion ||--o{ DiscussionComment : commented_on
    User ||--o{ DiscussionComment : commented_on
    DiscussionComment ||--o{ DiscussionComment : commented_on
    Workspace ||--o{ Feedback : has
    User ||--o{ Feedback : recipient_user_id
    User ||--o{ Feedback : about_user_id
    Feedback ||--o{ Feedback : references
    Feedback ||--o{ FeedbackPlacement : has
    ChatMessage ||--o{ FeedbackPlacement : has
    User ||--o{ GitCommit : authored_by
    User ||--o{ GitCommit : references
    Account ||--o{ IdentityLink : has
    IdentityProvider ||--o{ IdentityLink : references
    User ||--o{ Issue : authored_by
    Milestone ||--o{ Issue : has
    User ||--o{ Issue : merged_by
    Issue ||--o{ Issue : has
    IssueType ||--o{ Issue : has
    User ||--o{ IssueComment : commented_on
    Issue ||--o{ IssueComment : commented_on
    Organization ||--o{ IssueType : has
    Account ||--o{ IssuedJwt : has
    ChatThread ||--o{ MentorSlackThread : has
    User ||--o{ Milestone : created_by
    Practice ||--o{ Observation : has
    User ||--o{ Observation : has
    PracticeRevision ||--o{ Observation : has
    Workspace ||--o{ OutlineDocumentEvent : has
    Connection ||--o{ OutlineDocumentEvent : has
    PracticeArea ||--o{ Practice : has
    User ||--o{ Project : created_by
    Issue ||--o{ ProjectItem : has
    User ||--o{ ProjectItem : created_by
    Project ||--o{ ProjectStatusUpdate : has
    User ||--o{ ProjectStatusUpdate : created_by
    User ||--o{ PullRequestReview : reviewed
    Issue ||--o{ PullRequestReview : reviewed
    User ||--o{ PullRequestReviewComment : commented_on
    Issue ||--o{ PullRequestReviewComment : commented_on
    PullRequestReview ||--o{ PullRequestReviewComment : commented_on
    PullRequestReviewThread ||--o{ PullRequestReviewComment : commented_on
    PullRequestReviewComment ||--o{ PullRequestReviewComment : commented_on
    Issue ||--o{ PullRequestReviewThread : reviewed
    User ||--o{ PullRequestReviewThread : reviewed
    User ||--o{ Reaction : has
    Feedback ||--o{ Reaction : has
    Organization ||--o{ Repository : has
    Workspace ||--o{ RepositoryToMonitor : monitors
    Workspace ||--o{ SlackChannelConsentEvent : has
    User ||--o{ SlackChannelConsentEvent : has
    User ||--o{ SlackMessage : authored_by
    AgentConfig ||--o{ Workspace : practice_config_id
    AgentConfig ||--o{ Workspace : mentor_config_id
    Workspace ||--o{ WorkspaceSlugHistory : has

    %% Many-to-Many relationships
    GitCommit }o--o{ CommitPullRequest : has
    Issue }o--o{ CommitPullRequest : references
    Discussion }o--o{ DiscussionLabel : labeled
    Label }o--o{ DiscussionLabel : labeled
    Feedback }o--o{ FeedbackObservation : has
    Observation }o--o{ FeedbackObservation : has
    Issue }o--o{ IssueAssignee : assigned_to
    User }o--o{ IssueAssignee : assigned_to
    Issue }o--o{ IssueBlocking : blocked_issue_id
    Issue }o--o{ IssueBlocking : blocking_issue_id
    Issue }o--o{ IssueLabel : labeled
    Label }o--o{ IssueLabel : labeled
    Issue }o--o{ PullRequestRequestedReviewer : reviewed
    User }o--o{ PullRequestRequestedReviewer : reviewed
    Repository }o--o{ RepositoryCollaborator : has
    User }o--o{ RepositoryCollaborator : has
    User }o--o{ TeamMembership : belongs_to
    Team }o--o{ TeamMembership : belongs_to
    Repository }o--o{ TeamRepositoryPermission : has
    Team }o--o{ TeamRepositoryPermission : has
    Workspace }o--o{ WorkspaceTeamLabelFilter : labeled
    Team }o--o{ WorkspaceTeamLabelFilter : labeled
    Label }o--o{ WorkspaceTeamLabelFilter : labeled
    Workspace }o--o{ WorkspaceTeamRepositorySetting : has
    Team }o--o{ WorkspaceTeamRepositorySetting : has
    Repository }o--o{ WorkspaceTeamRepositorySetting : has
    Workspace }o--o{ WorkspaceTeamSetting : has
    Team }o--o{ WorkspaceTeamSetting : has

    %% Styling
    classDef primaryEntity fill:#e1f5fe,stroke:#01579b,stroke-width:2px
    classDef associationEntity fill:#f3e5f5,stroke:#4a148c,stroke-width:2px
    classDef metadataEntity fill:#e8f5e8,stroke:#1b5e20,stroke-width:2px

    class Issue primaryEntity
    class IssueAssignee associationEntity
    class IssueLabel associationEntity
    class Label primaryEntity
    class Milestone primaryEntity
    class PullRequestRequestedReviewer associationEntity
    class Repository primaryEntity
    class RepositoryToMonitor metadataEntity
    class Team primaryEntity
    class User primaryEntity
    class Workspace primaryEntity
